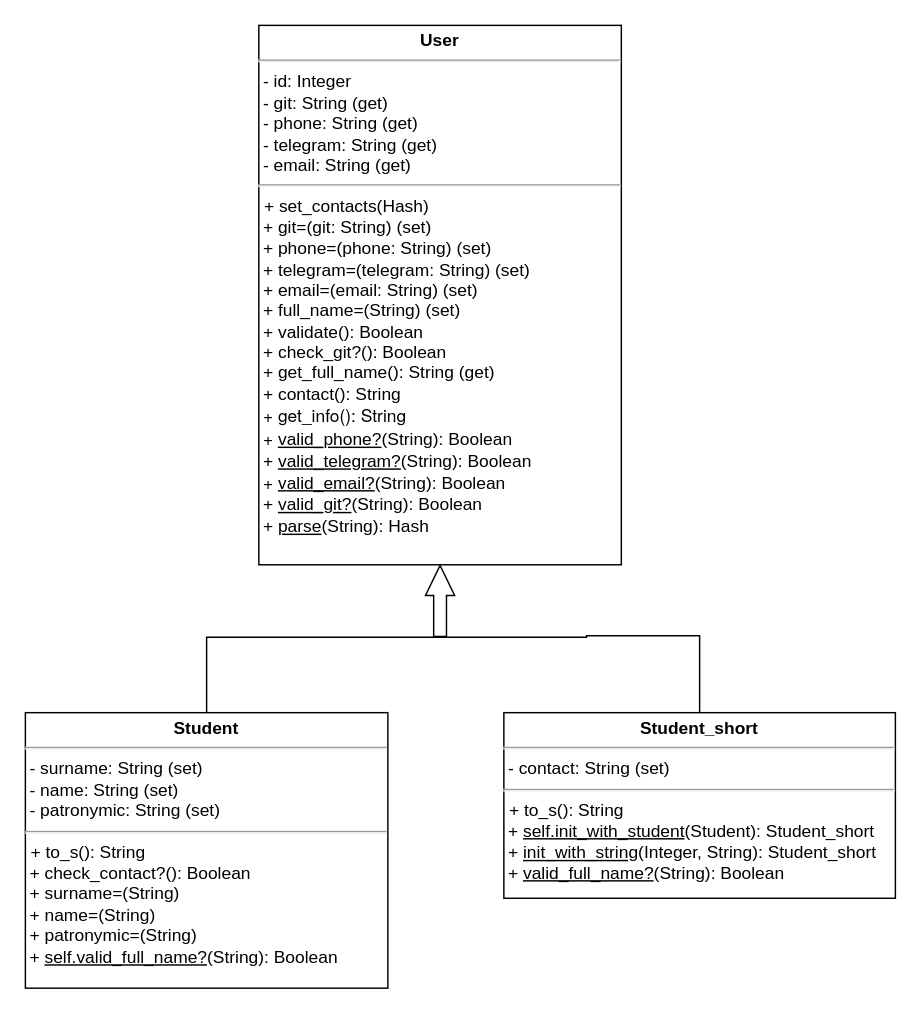
Before: Student Authorization System/Student_Diagr.drawio in asyanix/designPatterns, a draw.io diagram. Source tidied: cells renumbered, new cells numbered last; positions are measured from the earlier drawing's top-left corner, leaving out a move shared by most shapes. Both pictures are drawn from the tidied source at 145%, with x=0, y=0 at pixel (25, 25).
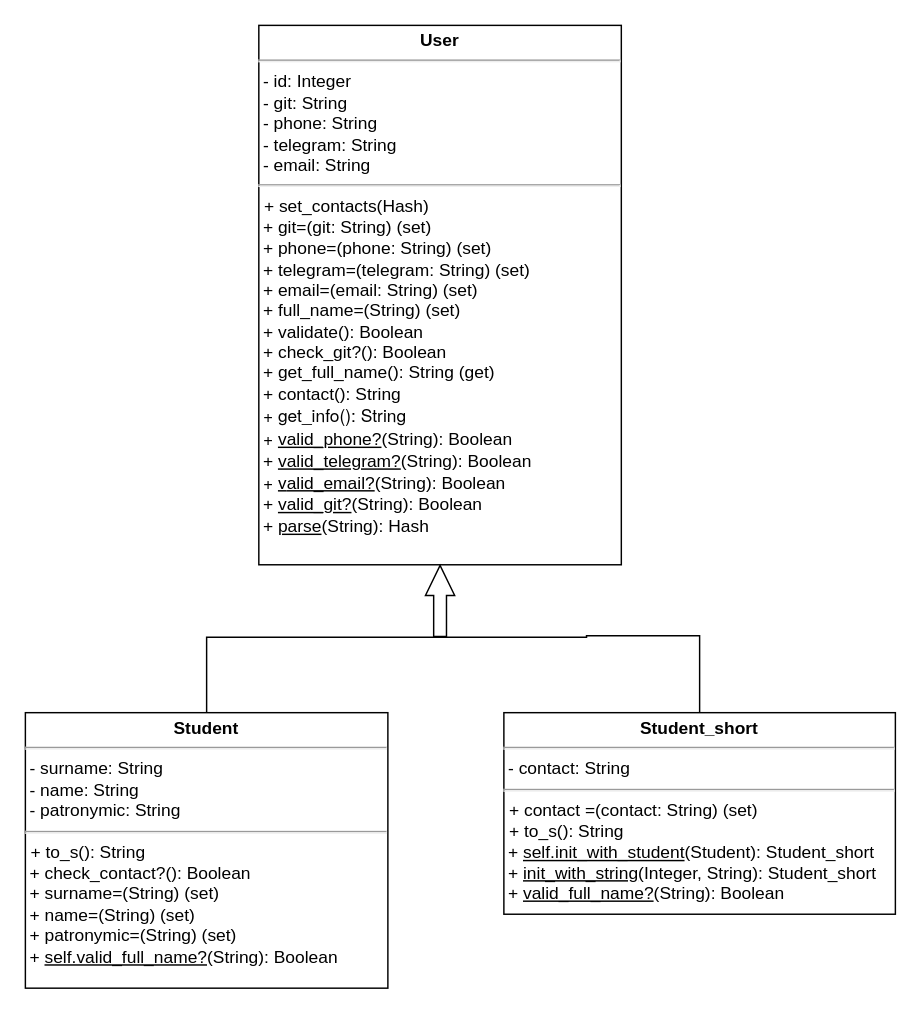
The same page after the edit.

Change to the diagram source:
```diff
@@
 <mxGraphModel>
   <root>
     <mxCell id="0" />
     <mxCell id="1" parent="0" />
-    <mxCell id="2" value="&lt;p style=&quot;margin: 4px 0px 0px; text-align: center;&quot;&gt;&lt;b style=&quot;&quot;&gt;&lt;font style=&quot;font-size: 12px;&quot;&gt;User&lt;/font&gt;&lt;/b&gt;&lt;/p&gt;&lt;hr style=&quot;&quot;&gt;&lt;div style=&quot;border-color: var(--border-color);&quot;&gt;&lt;font style=&quot;border-color: var(--border-color); font-size: 12px;&quot; face=&quot;Helvetica&quot;&gt;&amp;nbsp;- id: Integer&lt;/font&gt;&lt;/div&gt;&lt;div style=&quot;border-color: var(--border-color);&quot;&gt;&lt;font style=&quot;font-size: 12px;&quot;&gt;&amp;nbsp;-&lt;/font&gt;&lt;span style=&quot;background-color: initial;&quot;&gt;&amp;nbsp;git: String (get)&lt;/span&gt;&lt;/div&gt;&lt;div style=&quot;border-color: var(--border-color);&quot;&gt;&lt;font style=&quot;font-size: 12px;&quot;&gt;&amp;nbsp;- phone: String (get)&lt;/font&gt;&lt;/div&gt;&lt;div style=&quot;border-color: var(--border-color);&quot;&gt;&lt;font style=&quot;font-size: 12px;&quot;&gt;&amp;nbsp;- telegram: String (get)&lt;/font&gt;&lt;/div&gt;&lt;div style=&quot;border-color: var(--border-color);&quot;&gt;&lt;font style=&quot;font-size: 12px;&quot;&gt;&amp;nbsp;- email: String (get)&lt;/font&gt;&lt;/div&gt;&lt;hr style=&quot;&quot;&gt;&lt;p style=&quot;margin: 0px 0px 0px 4px;&quot;&gt;&lt;font style=&quot;font-size: 12px;&quot;&gt;+ set_contacts(Hash)&amp;nbsp;&lt;/font&gt;&lt;/p&gt;&lt;font style=&quot;font-size: 12px;&quot;&gt;&amp;nbsp;+ git=(git: String) (set)&lt;br&gt;&amp;nbsp;+ phone=(phone: String) (set)&lt;br&gt;&amp;nbsp;+ telegram=(telegram: String) (set)&lt;br&gt;&amp;nbsp;+&amp;nbsp;email=(email: String) (set)&lt;br style=&quot;&quot;&gt;&amp;nbsp;+ full_name=(String) (set)&lt;br style=&quot;&quot;&gt;&amp;nbsp;+&amp;nbsp;validate(): Boolean&lt;br style=&quot;&quot;&gt;&amp;nbsp;+&amp;nbsp;check_git?(): Boolean&lt;br style=&quot;&quot;&gt;&amp;nbsp;+&amp;nbsp;get_full_name(): String (get)&lt;br style=&quot;&quot;&gt;&amp;nbsp;+ contact(): String&lt;br style=&quot;&quot;&gt;&lt;span style=&quot;font-family: &amp;quot;Helvetica Neue&amp;quot;; background-color: initial;&quot; class=&quot;Apple-converted-space&quot;&gt;&amp;nbsp;+ get_info(): String&lt;span style=&quot;background-color: initial;&quot; class=&quot;Apple-converted-space&quot;&gt;&amp;nbsp;&lt;/span&gt;&lt;span style=&quot;background-color: initial;&quot;&gt;&amp;nbsp;&lt;br&gt;&lt;/span&gt;&amp;nbsp;+&amp;nbsp;&lt;/span&gt;&lt;u&gt;valid_phone?&lt;/u&gt;(String): Boolean&lt;br&gt;&amp;nbsp;+&amp;nbsp;&lt;u&gt;valid_telegram?&lt;/u&gt;(String): Boolean&lt;span style=&quot;font-family: &amp;quot;Helvetica Neue&amp;quot;; background-color: initial;&quot; class=&quot;Apple-converted-space&quot;&gt;&amp;nbsp;&lt;br&gt;&amp;nbsp;+&amp;nbsp;&lt;u&gt;v&lt;/u&gt;&lt;/span&gt;&lt;u&gt;alid_email?&lt;/u&gt;(String): Boolean&lt;br&gt;&amp;nbsp;+&amp;nbsp;&lt;u&gt;valid_git?&lt;/u&gt;(String): Boolean&lt;br&gt;&amp;nbsp;+&amp;nbsp;&lt;u&gt;parse&lt;/u&gt;(String): Hash&amp;nbsp;&lt;span style=&quot;font-family: &amp;quot;Helvetica Neue&amp;quot;; background-color: initial;&quot;&gt;&lt;/span&gt;&lt;br&gt;&lt;br&gt;&lt;span style=&quot;font-family: &amp;quot;Helvetica Neue&amp;quot;; background-color: initial;&quot; class=&quot;Apple-converted-space&quot;&gt;&amp;nbsp;&lt;/span&gt;&lt;/font&gt;" style="verticalAlign=top;align=left;overflow=fill;fontSize=12;fontFamily=Helvetica;html=1;whiteSpace=wrap;spacingLeft=1;spacing=0;spacingTop=0;" parent="1" vertex="1">
+    <mxCell id="2" value="&lt;p style=&quot;margin: 4px 0px 0px; text-align: center;&quot;&gt;&lt;b style=&quot;&quot;&gt;&lt;font style=&quot;font-size: 12px;&quot;&gt;User&lt;/font&gt;&lt;/b&gt;&lt;/p&gt;&lt;hr style=&quot;&quot;&gt;&lt;div style=&quot;border-color: var(--border-color);&quot;&gt;&lt;font style=&quot;border-color: var(--border-color); font-size: 12px;&quot; face=&quot;Helvetica&quot;&gt;&amp;nbsp;- id: Integer&lt;/font&gt;&lt;/div&gt;&lt;div style=&quot;border-color: var(--border-color);&quot;&gt;&lt;font style=&quot;font-size: 12px;&quot;&gt;&amp;nbsp;-&lt;/font&gt;&lt;span style=&quot;background-color: initial;&quot;&gt;&amp;nbsp;git: String&amp;nbsp;&lt;/span&gt;&lt;/div&gt;&lt;div style=&quot;border-color: var(--border-color);&quot;&gt;&lt;font style=&quot;font-size: 12px;&quot;&gt;&amp;nbsp;- phone: String&lt;/font&gt;&lt;/div&gt;&lt;div style=&quot;border-color: var(--border-color);&quot;&gt;&lt;font style=&quot;font-size: 12px;&quot;&gt;&amp;nbsp;- telegram: String&lt;/font&gt;&lt;/div&gt;&lt;div style=&quot;border-color: var(--border-color);&quot;&gt;&lt;font style=&quot;font-size: 12px;&quot;&gt;&amp;nbsp;- email: String&lt;/font&gt;&lt;/div&gt;&lt;hr style=&quot;&quot;&gt;&lt;p style=&quot;margin: 0px 0px 0px 4px;&quot;&gt;&lt;font style=&quot;font-size: 12px;&quot;&gt;+ set_contacts(Hash)&amp;nbsp;&lt;/font&gt;&lt;/p&gt;&lt;font style=&quot;font-size: 12px;&quot;&gt;&amp;nbsp;+ git=(git: String) (set)&lt;br&gt;&amp;nbsp;+ phone=(phone: String) (set)&lt;br&gt;&amp;nbsp;+ telegram=(telegram: String) (set)&lt;br&gt;&amp;nbsp;+&amp;nbsp;email=(email: String) (set)&lt;br style=&quot;&quot;&gt;&amp;nbsp;+ full_name=(String) (set)&lt;br style=&quot;&quot;&gt;&amp;nbsp;+&amp;nbsp;validate(): Boolean&lt;br style=&quot;&quot;&gt;&amp;nbsp;+&amp;nbsp;check_git?(): Boolean&lt;br style=&quot;&quot;&gt;&amp;nbsp;+&amp;nbsp;get_full_name(): String (get)&lt;br style=&quot;&quot;&gt;&amp;nbsp;+ contact(): String&lt;br style=&quot;&quot;&gt;&lt;span style=&quot;font-family: &amp;quot;Helvetica Neue&amp;quot;; background-color: initial;&quot; class=&quot;Apple-converted-space&quot;&gt;&amp;nbsp;+ get_info(): String&lt;span style=&quot;background-color: initial;&quot; class=&quot;Apple-converted-space&quot;&gt;&amp;nbsp;&lt;/span&gt;&lt;span style=&quot;background-color: initial;&quot;&gt;&amp;nbsp;&lt;br&gt;&lt;/span&gt;&amp;nbsp;+&amp;nbsp;&lt;/span&gt;&lt;u&gt;valid_phone?&lt;/u&gt;(String): Boolean&lt;br&gt;&amp;nbsp;+&amp;nbsp;&lt;u&gt;valid_telegram?&lt;/u&gt;(String): Boolean&lt;span style=&quot;font-family: &amp;quot;Helvetica Neue&amp;quot;; background-color: initial;&quot; class=&quot;Apple-converted-space&quot;&gt;&amp;nbsp;&lt;br&gt;&amp;nbsp;+&amp;nbsp;&lt;u&gt;v&lt;/u&gt;&lt;/span&gt;&lt;u&gt;alid_email?&lt;/u&gt;(String): Boolean&lt;br&gt;&amp;nbsp;+&amp;nbsp;&lt;u&gt;valid_git?&lt;/u&gt;(String): Boolean&lt;br&gt;&amp;nbsp;+&amp;nbsp;&lt;u&gt;parse&lt;/u&gt;(String): Hash&amp;nbsp;&lt;span style=&quot;font-family: &amp;quot;Helvetica Neue&amp;quot;; background-color: initial;&quot;&gt;&lt;/span&gt;&lt;br&gt;&lt;br&gt;&lt;span style=&quot;font-family: &amp;quot;Helvetica Neue&amp;quot;; background-color: initial;&quot; class=&quot;Apple-converted-space&quot;&gt;&amp;nbsp;&lt;/span&gt;&lt;/font&gt;" style="verticalAlign=top;align=left;overflow=fill;fontSize=12;fontFamily=Helvetica;html=1;whiteSpace=wrap;spacingLeft=1;spacing=0;spacingTop=0;" parent="1" vertex="1">
       <mxGeometry x="161" width="250" height="372" as="geometry" />
     </mxCell>
     <mxCell id="3" style="edgeStyle=orthogonalEdgeStyle;rounded=0;jettySize=auto;html=1;endArrow=none;endFill=0;exitX=0.5;exitY=0;exitDx=0;exitDy=0;" parent="1" edge="1" source="4">
       <mxGeometry relative="1" as="geometry">
         <mxPoint x="287" y="422" as="targetPoint" />
         <Array as="points">
           <mxPoint x="125" y="422" />
         </Array>
       </mxGeometry>
     </mxCell>
-    <mxCell id="4" value="&lt;p style=&quot;margin: 4px 0px 0px; text-align: center; font-size: 12px;&quot;&gt;&lt;b style=&quot;font-size: 12px;&quot;&gt;&lt;font style=&quot;font-size: 12px;&quot;&gt;Student&lt;/font&gt;&lt;/b&gt;&lt;/p&gt;&lt;hr style=&quot;font-size: 12px;&quot;&gt;&lt;div style=&quot;border-color: var(--border-color); font-size: 12px;&quot;&gt;&lt;font style=&quot;border-color: var(--border-color); font-size: 12px;&quot;&gt;&amp;nbsp;- surname: String (set)&lt;br style=&quot;font-size: 12px;&quot;&gt;&lt;/font&gt;&lt;/div&gt;&lt;div style=&quot;border-color: var(--border-color); font-size: 12px;&quot;&gt;&lt;font style=&quot;border-color: var(--border-color); font-size: 12px;&quot;&gt;&amp;nbsp;- name: String (set)&lt;/font&gt;&lt;/div&gt;&lt;div style=&quot;border-color: var(--border-color); font-size: 12px;&quot;&gt;&lt;font style=&quot;border-color: var(--border-color); font-size: 12px;&quot;&gt;&amp;nbsp;- patronymic: String (set)&lt;/font&gt;&lt;/div&gt;&lt;hr style=&quot;font-size: 12px;&quot;&gt;&lt;p style=&quot;margin: 0px 0px 0px 4px; font-size: 12px;&quot;&gt;&lt;font style=&quot;font-size: 12px;&quot;&gt;+ t&lt;/font&gt;o_s(): String&lt;span style=&quot;font-size: 12px; background-color: initial;&quot; class=&quot;Apple-converted-space&quot;&gt;&amp;nbsp;&lt;/span&gt;&lt;/p&gt;&lt;font style=&quot;font-size: 12px;&quot;&gt;&amp;nbsp;+&amp;nbsp;check_contact?(): Boolean&lt;br style=&quot;font-size: 12px;&quot;&gt;&amp;nbsp;+ surname=(String)&lt;br style=&quot;font-size: 12px;&quot;&gt;&amp;nbsp;+&amp;nbsp;name=(String)&lt;br style=&quot;font-size: 12px;&quot;&gt;&amp;nbsp;+ patronymic=(String)&lt;span style=&quot;background-color: initial; font-size: 12px;&quot; class=&quot;Apple-converted-space&quot;&gt;&lt;span style=&quot;background-color: initial; font-size: 12px;&quot;&gt;&lt;br style=&quot;font-size: 12px;&quot;&gt;&lt;/span&gt;&amp;nbsp;+&amp;nbsp;&lt;u&gt;self.valid_full_name?&lt;/u&gt;(String): Boolean&lt;span style=&quot;font-size: 12px; background-color: initial;&quot; class=&quot;Apple-converted-space&quot;&gt;&amp;nbsp;&lt;/span&gt;&lt;/span&gt;&lt;br style=&quot;font-size: 12px;&quot;&gt;&lt;br style=&quot;font-size: 12px;&quot;&gt;&lt;span style=&quot;background-color: initial; font-size: 12px;&quot; class=&quot;Apple-converted-space&quot;&gt;&amp;nbsp;&lt;/span&gt;&lt;/font&gt;" style="verticalAlign=top;align=left;overflow=fill;fontSize=12;fontFamily=Helvetica;html=1;whiteSpace=wrap;spacingLeft=1;spacing=0;spacingTop=0;" parent="1" vertex="1">
+    <mxCell id="4" value="&lt;p style=&quot;margin: 4px 0px 0px; text-align: center; font-size: 12px;&quot;&gt;&lt;b style=&quot;font-size: 12px;&quot;&gt;&lt;font style=&quot;font-size: 12px;&quot;&gt;Student&lt;/font&gt;&lt;/b&gt;&lt;/p&gt;&lt;hr style=&quot;font-size: 12px;&quot;&gt;&lt;div style=&quot;border-color: var(--border-color); font-size: 12px;&quot;&gt;&lt;font style=&quot;border-color: var(--border-color); font-size: 12px;&quot;&gt;&amp;nbsp;- surname: String&amp;nbsp;&lt;br style=&quot;font-size: 12px;&quot;&gt;&lt;/font&gt;&lt;/div&gt;&lt;div style=&quot;border-color: var(--border-color); font-size: 12px;&quot;&gt;&lt;font style=&quot;border-color: var(--border-color); font-size: 12px;&quot;&gt;&amp;nbsp;- name: String&amp;nbsp;&lt;/font&gt;&lt;/div&gt;&lt;div style=&quot;border-color: var(--border-color); font-size: 12px;&quot;&gt;&lt;font style=&quot;border-color: var(--border-color); font-size: 12px;&quot;&gt;&amp;nbsp;- patronymic: String&amp;nbsp;&lt;/font&gt;&lt;/div&gt;&lt;hr style=&quot;font-size: 12px;&quot;&gt;&lt;p style=&quot;margin: 0px 0px 0px 4px; font-size: 12px;&quot;&gt;&lt;font style=&quot;font-size: 12px;&quot;&gt;+ t&lt;/font&gt;o_s(): String&lt;span style=&quot;font-size: 12px; background-color: initial;&quot; class=&quot;Apple-converted-space&quot;&gt;&amp;nbsp;&lt;/span&gt;&lt;/p&gt;&lt;font style=&quot;font-size: 12px;&quot;&gt;&amp;nbsp;+&amp;nbsp;check_contact?(): Boolean&lt;br style=&quot;font-size: 12px;&quot;&gt;&amp;nbsp;+ surname=(String) (set)&lt;br style=&quot;font-size: 12px;&quot;&gt;&amp;nbsp;+&amp;nbsp;name=(String) (set)&lt;br style=&quot;font-size: 12px;&quot;&gt;&amp;nbsp;+ patronymic=(String)&amp;nbsp;&lt;span style=&quot;background-color: initial; font-size: 12px;&quot; class=&quot;Apple-converted-space&quot;&gt;(set)&lt;span style=&quot;background-color: initial; font-size: 12px;&quot;&gt;&lt;br style=&quot;font-size: 12px;&quot;&gt;&lt;/span&gt;&amp;nbsp;+&amp;nbsp;&lt;u&gt;self.valid_full_name?&lt;/u&gt;(String): Boolean&lt;span style=&quot;font-size: 12px; background-color: initial;&quot; class=&quot;Apple-converted-space&quot;&gt;&amp;nbsp;&lt;/span&gt;&lt;/span&gt;&lt;br style=&quot;font-size: 12px;&quot;&gt;&lt;br style=&quot;font-size: 12px;&quot;&gt;&lt;span style=&quot;background-color: initial; font-size: 12px;&quot; class=&quot;Apple-converted-space&quot;&gt;&amp;nbsp;&lt;/span&gt;&lt;/font&gt;" style="verticalAlign=top;align=left;overflow=fill;fontSize=12;fontFamily=Helvetica;html=1;whiteSpace=wrap;spacingLeft=1;spacing=0;spacingTop=0;" parent="1" vertex="1">
       <mxGeometry y="474" width="250" height="190" as="geometry" />
     </mxCell>
     <mxCell id="5" style="edgeStyle=orthogonalEdgeStyle;rounded=0;jettySize=auto;html=1;endArrow=none;endFill=0;" parent="1" edge="1" source="6">
       <mxGeometry relative="1" as="geometry">
         <mxPoint x="286" y="422" as="targetPoint" />
         <Array as="points">
           <mxPoint x="465" y="421" />
           <mxPoint x="387" y="421" />
         </Array>
       </mxGeometry>
     </mxCell>
-    <mxCell id="6" value="&lt;p style=&quot;margin: 4px 0px 0px; text-align: center;&quot;&gt;&lt;b style=&quot;&quot;&gt;&lt;font face=&quot;Helvetica&quot; style=&quot;font-size: 12px;&quot;&gt;Student_short&lt;/font&gt;&lt;/b&gt;&lt;/p&gt;&lt;hr style=&quot;&quot;&gt;&lt;div style=&quot;border-color: var(--border-color);&quot;&gt;&lt;font style=&quot;font-size: 12px;&quot;&gt;&lt;span style=&quot;background-color: initial;&quot;&gt;&lt;font face=&quot;Lt6sbaxPKtE7krCIfs0r&quot;&gt;&amp;nbsp;-&lt;/font&gt;&amp;nbsp;contact&lt;/span&gt;&lt;span style=&quot;background-color: initial;&quot;&gt;: String (set)&lt;/span&gt;&lt;/font&gt;&lt;/div&gt;&lt;hr style=&quot;&quot;&gt;&lt;p style=&quot;margin: 0px 0px 0px 4px;&quot;&gt;&lt;font style=&quot;font-size: 12px;&quot;&gt;&lt;font style=&quot;font-size: 12px;&quot;&gt;+&amp;nbsp;&lt;/font&gt;to_s(): String&lt;span style=&quot;background-color: initial;&quot; class=&quot;Apple-converted-space&quot;&gt;&amp;nbsp;&lt;/span&gt;&lt;/font&gt;&lt;/p&gt;&lt;font style=&quot;font-size: 12px;&quot;&gt;&lt;span style=&quot;background-color: initial;&quot; class=&quot;Apple-converted-space&quot;&gt;&amp;nbsp;+&amp;nbsp;&lt;/span&gt;&lt;u&gt;self.init_with_student&lt;/u&gt;(Student): Student_short&lt;br&gt;&amp;nbsp;+&amp;nbsp;&lt;u&gt;init_with_string&lt;/u&gt;(Integer, String): Student_short&lt;br&gt;&lt;span style=&quot;background-color: initial;&quot; class=&quot;Apple-converted-space&quot;&gt;&amp;nbsp;+&amp;nbsp;&lt;u&gt;valid_full_name?&lt;/u&gt;(String): Boolean&lt;/span&gt;&lt;br&gt;&lt;br&gt;&lt;span style=&quot;font-family: Lt6sbaxPKtE7krCIfs0r; background-color: initial;&quot; class=&quot;Apple-converted-space&quot;&gt;&amp;nbsp;&lt;/span&gt;&lt;/font&gt;" style="verticalAlign=top;align=left;overflow=fill;fontSize=12;fontFamily=Helvetica;html=1;whiteSpace=wrap;spacingLeft=1;spacing=0;spacingTop=0;" parent="1" vertex="1">
-      <mxGeometry x="330" y="474" width="270" height="128" as="geometry" />
+    <mxCell id="6" value="&lt;p style=&quot;margin: 4px 0px 0px; text-align: center;&quot;&gt;&lt;b style=&quot;&quot;&gt;&lt;font face=&quot;Helvetica&quot; style=&quot;font-size: 12px;&quot;&gt;Student_short&lt;/font&gt;&lt;/b&gt;&lt;/p&gt;&lt;hr style=&quot;&quot;&gt;&lt;div style=&quot;border-color: var(--border-color);&quot;&gt;&lt;font style=&quot;font-size: 12px;&quot;&gt;&lt;span style=&quot;background-color: initial;&quot;&gt;&lt;font face=&quot;Lt6sbaxPKtE7krCIfs0r&quot;&gt;&amp;nbsp;-&lt;/font&gt;&amp;nbsp;contact&lt;/span&gt;&lt;span style=&quot;background-color: initial;&quot;&gt;: String&lt;/span&gt;&lt;/font&gt;&lt;/div&gt;&lt;hr style=&quot;&quot;&gt;&lt;p style=&quot;margin: 0px 0px 0px 4px;&quot;&gt;&lt;font style=&quot;font-size: 12px;&quot;&gt;&lt;font style=&quot;font-size: 12px;&quot;&gt;+ contact =(contact: String) (set)&lt;br&gt;&lt;/font&gt;&lt;/font&gt;&lt;/p&gt;&lt;p style=&quot;margin: 0px 0px 0px 4px;&quot;&gt;&lt;font style=&quot;font-size: 12px;&quot;&gt;&lt;font style=&quot;font-size: 12px;&quot;&gt;+&amp;nbsp;&lt;/font&gt;to_s(): String&lt;span style=&quot;background-color: initial;&quot; class=&quot;Apple-converted-space&quot;&gt;&amp;nbsp;&lt;/span&gt;&lt;/font&gt;&lt;/p&gt;&lt;font style=&quot;font-size: 12px;&quot;&gt;&lt;span style=&quot;background-color: initial;&quot; class=&quot;Apple-converted-space&quot;&gt;&amp;nbsp;+&amp;nbsp;&lt;/span&gt;&lt;u&gt;self.init_with_student&lt;/u&gt;(Student): Student_short&lt;br&gt;&amp;nbsp;+&amp;nbsp;&lt;u&gt;init_with_string&lt;/u&gt;(Integer, String): Student_short&lt;br&gt;&lt;span style=&quot;background-color: initial;&quot; class=&quot;Apple-converted-space&quot;&gt;&amp;nbsp;+&amp;nbsp;&lt;u&gt;valid_full_name?&lt;/u&gt;(String): Boolean&lt;/span&gt;&lt;br&gt;&lt;br&gt;&lt;span style=&quot;font-family: Lt6sbaxPKtE7krCIfs0r; background-color: initial;&quot; class=&quot;Apple-converted-space&quot;&gt;&amp;nbsp;&lt;/span&gt;&lt;/font&gt;" style="verticalAlign=top;align=left;overflow=fill;fontSize=12;fontFamily=Helvetica;html=1;whiteSpace=wrap;spacingLeft=1;spacing=0;spacingTop=0;" parent="1" vertex="1">
+      <mxGeometry x="330" y="474" width="270" height="139" as="geometry" />
     </mxCell>
     <mxCell id="7" style="shape=flexArrow;endArrow=classic;html=1;rounded=0;endWidth=10.3125;endSize=6.5532467532467535;entryX=0.5;entryY=1;entryDx=0;entryDy=0;width=8.831168831168831;" parent="1" edge="1" target="2">
       <mxGeometry relative="1" as="geometry">
         <mxPoint x="286" y="422" as="sourcePoint" />
       </mxGeometry>
     </mxCell>
   </root>
 </mxGraphModel>
```
